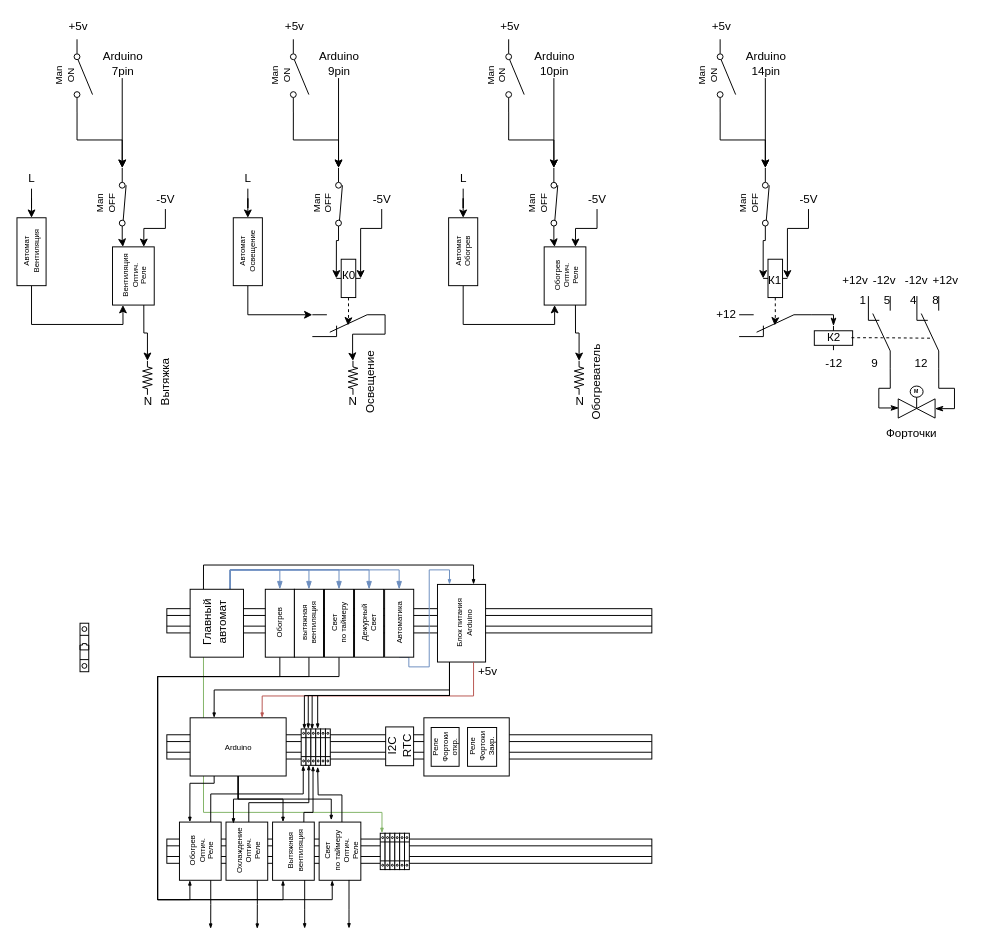
Before: Курятник.drawio in Johnystu/draw_io, a draw.io diagram. Source tidied: cells renumbered, new cells numbered last; positions are measured from the earlier drawing's top-left corner, leaving out a move shared by most shapes. Both pictures are drawn from the tidied source at 97%, with x=0, y=0 at pixel (2, 16).
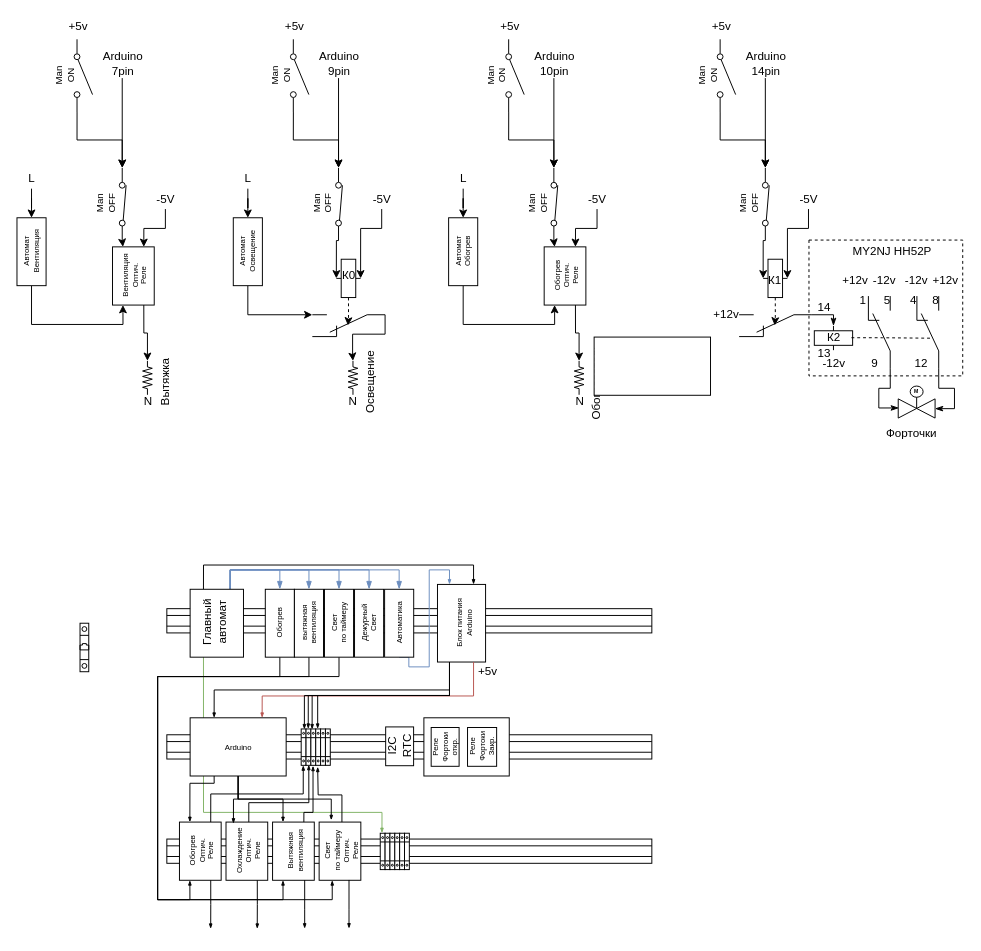
After the change.

What changed in the source:
```diff
@@
+    <mxCell id="187" style="rounded=0;whiteSpace=wrap;html=1;dashed=1;fillColor=none;" parent="1" vertex="1">
+      <mxGeometry x="831.5" y="230" width="158.5" height="140" as="geometry" />
+    </mxCell>
@@
-    <mxCell id="183" value="+12" style="text;html=1;align=center;verticalAlign=middle;" parent="1" vertex="1">
+    <mxCell id="183" value="+12v" style="text;html=1;align=center;verticalAlign=middle;" parent="1" vertex="1">
       <mxGeometry x="725.9" y="297" width="40" height="20" as="geometry" />
     </mxCell>
-    <mxCell id="184" value="-12" style="text;html=1;align=center;verticalAlign=middle;" parent="1" vertex="1">
-      <mxGeometry x="842" y="347" width="30" height="20" as="geometry" />
+    <mxCell id="184" value="-12v" style="text;html=1;align=center;verticalAlign=middle;" parent="1" vertex="1">
+      <mxGeometry x="837" y="347" width="40" height="20" as="geometry" />
     </mxCell>
@@
+    <mxCell id="188" style="rounded=0;whiteSpace=wrap;html=1;" parent="1" vertex="1">
+      <mxGeometry x="610" y="330" width="120" height="60" as="geometry" />
+    </mxCell>
+    <mxCell id="189" value="MY2NJ HH52P" style="text;html=1;align=center;verticalAlign=middle;" parent="1" vertex="1">
+      <mxGeometry x="866.5" y="232" width="100" height="20" as="geometry" />
+    </mxCell>
+    <mxCell id="190" value="&lt;div&gt;14&lt;/div&gt;" style="text;html=1;align=center;verticalAlign=middle;" parent="1" vertex="1">
+      <mxGeometry x="831.5" y="290" width="30" height="20" as="geometry" />
+    </mxCell>
+    <mxCell id="191" value="&lt;div&gt;13&lt;/div&gt;" style="text;html=1;align=center;verticalAlign=middle;" parent="1" vertex="1">
+      <mxGeometry x="831.5" y="336.5" width="30" height="20" as="geometry" />
+    </mxCell>
```
